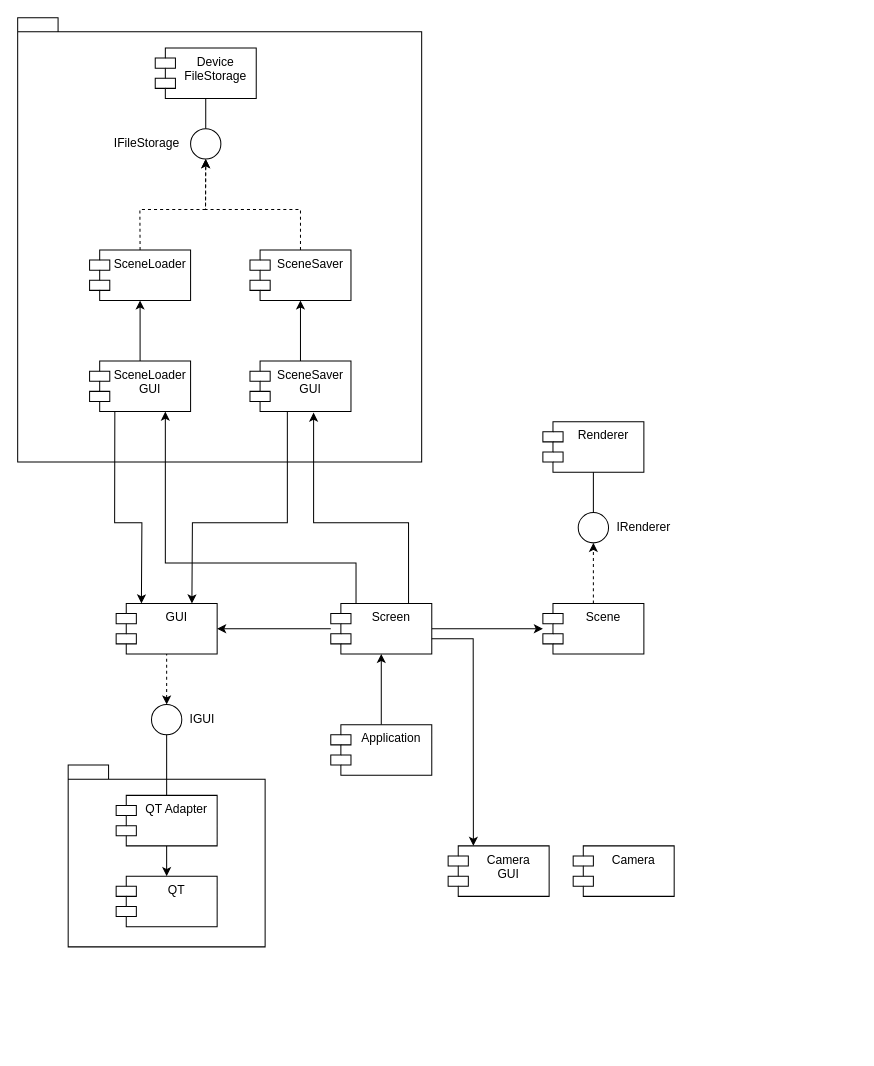
Earlier version of the draw.io diagram components/components.drawio (c0sx/3d-model-viewer-design). Source tidied: cells renumbered, new cells numbered last; positions are measured from the earlier drawing's top-left corner, leaving out a move shared by most shapes. Both pictures are drawn from the tidied source at 101%, with x=0, y=0 at pixel (17, 17).
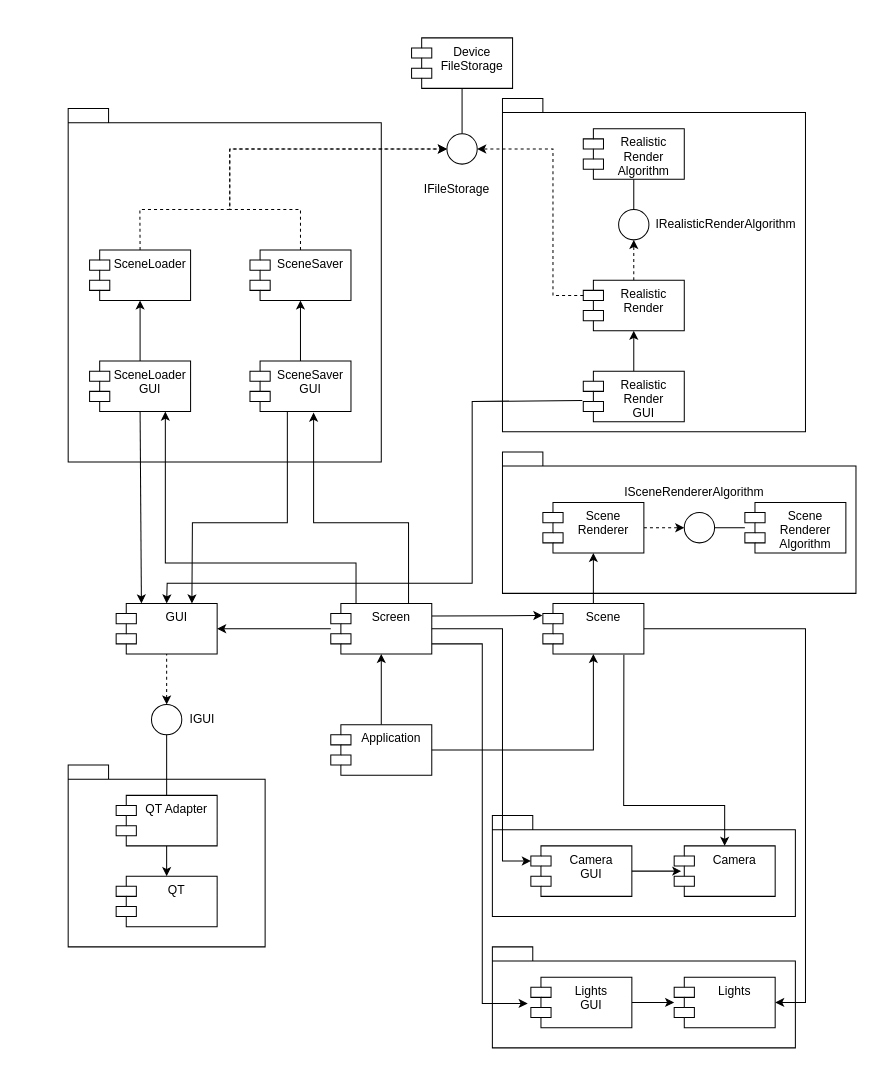
The same page after the edit.

Commit message (it also covers changes not shown here):
components diagram

The change refers to these unchanged cells:
```xml
<mxCell id="4" value="GUI" style="shape=module;align=left;spacingLeft=20;align=center;verticalAlign=top;" parent="1" vertex="1">
  <mxGeometry x="97.5" y="580" width="100" height="50" as="geometry" />
</mxCell>
<mxCell id="15" value="Screen" style="shape=module;align=left;spacingLeft=20;align=center;verticalAlign=top;" parent="1" vertex="1">
  <mxGeometry x="310" y="580" width="100" height="50" as="geometry" />
</mxCell>
<mxCell id="16" value="Scene" style="shape=module;align=left;spacingLeft=20;align=center;verticalAlign=top;" parent="1" vertex="1">
  <mxGeometry x="520" y="580" width="100" height="50" as="geometry" />
</mxCell>
<mxCell id="21" value="SceneLoader" style="shape=module;align=left;spacingLeft=20;align=center;verticalAlign=top;" parent="1" vertex="1">
  <mxGeometry x="71.2" y="230" width="100" height="50" as="geometry" />
</mxCell>
<mxCell id="24" value="SceneLoader&#10;GUI" style="shape=module;align=left;spacingLeft=20;align=center;verticalAlign=top;" parent="1" vertex="1">
  <mxGeometry x="71.2" y="340" width="100" height="50" as="geometry" />
</mxCell>
<mxCell id="26" value="Application&#10;" style="shape=module;align=left;spacingLeft=20;align=center;verticalAlign=top;" parent="1" vertex="1">
  <mxGeometry x="310" y="700" width="100" height="50" as="geometry" />
</mxCell>
<mxCell id="35" value="SceneSaver" style="shape=module;align=left;spacingLeft=20;align=center;verticalAlign=top;" parent="1" vertex="1">
  <mxGeometry x="230" y="230" width="100" height="50" as="geometry" />
</mxCell>
```

Change to the diagram source:
```diff
@@
+    <mxCell id="42" style="shape=folder;fontStyle=1;spacingTop=10;tabWidth=40;tabHeight=14;tabPosition=left;html=1;align=left;" parent="1" vertex="1">
+      <mxGeometry x="480" y="430" width="350" height="140" as="geometry" />
+    </mxCell>
+    <mxCell id="43" style="shape=folder;fontStyle=1;spacingTop=10;tabWidth=40;tabHeight=14;tabPosition=left;html=1;align=left;" parent="1" vertex="1">
+      <mxGeometry x="480" y="80" width="300" height="330" as="geometry" />
+    </mxCell>
+    <mxCell id="44" style="shape=folder;fontStyle=1;spacingTop=10;tabWidth=40;tabHeight=14;tabPosition=left;html=1;" parent="1" vertex="1">
+      <mxGeometry x="470" y="920" width="300" height="100" as="geometry" />
+    </mxCell>
+    <mxCell id="45" style="shape=folder;fontStyle=1;spacingTop=10;tabWidth=40;tabHeight=14;tabPosition=left;html=1;" parent="1" vertex="1">
+      <mxGeometry x="470" y="790" width="300" height="100" as="geometry" />
+    </mxCell>
     <mxCell id="2" style="shape=folder;fontStyle=1;spacingTop=10;tabWidth=40;tabHeight=14;tabPosition=left;html=1;" parent="1" vertex="1">
-      <mxGeometry width="400" height="440" as="geometry" />
+      <mxGeometry x="50" y="90" width="310" height="350" as="geometry" />
     </mxCell>
@@
+    <mxCell id="46" style="edgeStyle=orthogonalEdgeStyle;rounded=0;jettySize=auto;html=1;endArrow=classic;endFill=1;dashed=1;" parent="1" edge="1" source="12" target="68">
+      <mxGeometry relative="1" as="geometry" />
+    </mxCell>
-    <mxCell id="12" value="Renderer" style="shape=module;align=left;spacingLeft=20;align=center;verticalAlign=top;" parent="1" vertex="1">
-      <mxGeometry x="520" y="400" width="100" height="50" as="geometry" />
+    <mxCell id="12" value="Scene&#10;Renderer" style="shape=module;align=left;spacingLeft=20;align=center;verticalAlign=top;" parent="1" vertex="1">
+      <mxGeometry x="520" y="480" width="100" height="50" as="geometry" />
     </mxCell>
@@
-    <mxCell id="14" style="edgeStyle=none;rounded=0;jettySize=auto;html=1;startArrow=none;startFill=0;endArrow=classic;endFill=1;" parent="1" edge="1" source="15" target="16">
+    <mxCell id="14" style="edgeStyle=none;rounded=0;jettySize=auto;html=1;startArrow=none;startFill=0;endArrow=classic;endFill=1;exitX=1;exitY=0.25;exitDx=0;exitDy=0;entryX=-0.005;entryY=0.237;entryDx=0;entryDy=0;entryPerimeter=0;" parent="1" edge="1" source="15" target="16">
       <mxGeometry relative="1" as="geometry" />
     </mxCell>
@@
+    <mxCell id="47" style="edgeStyle=orthogonalEdgeStyle;rounded=0;jettySize=auto;html=1;" parent="1" edge="1" source="16" target="55">
+      <mxGeometry relative="1" as="geometry">
+        <Array as="points">
+          <mxPoint x="780" y="605" />
+          <mxPoint x="780" y="975" />
+        </Array>
+      </mxGeometry>
+    </mxCell>
+    <mxCell id="48" style="edgeStyle=orthogonalEdgeStyle;rounded=0;jettySize=auto;html=1;endArrow=classic;endFill=1;" parent="1" edge="1" source="16" target="12">
+      <mxGeometry relative="1" as="geometry" />
+    </mxCell>
@@
-    <mxCell id="17" style="edgeStyle=orthogonalEdgeStyle;rounded=0;jettySize=auto;html=1;startArrow=none;startFill=0;endArrow=none;endFill=0;" parent="1" edge="1" source="18" target="12">
-      <mxGeometry relative="1" as="geometry" />
-    </mxCell>
-    <mxCell id="18" style="ellipse;whiteSpace=wrap;html=1;" parent="1" vertex="1">
-      <mxGeometry x="555" y="490" width="30" height="30" as="geometry" />
-    </mxCell>
-    <mxCell id="19" value="IRenderer" style="text;html=1;strokeColor=none;fillColor=none;align=center;verticalAlign=middle;whiteSpace=wrap;rounded=0;" parent="1" vertex="1">
-      <mxGeometry x="600" y="495" width="40" height="20" as="geometry" />
+    <mxCell id="19" value="ISceneRendererAlgorithm" style="text;html=1;strokeColor=none;fillColor=none;align=center;verticalAlign=middle;whiteSpace=wrap;rounded=0;" parent="1" vertex="1">
+      <mxGeometry x="650" y="460" width="40" height="20" as="geometry" />
     </mxCell>
-    <mxCell id="20" style="endArrow=classic;html=1;entryX=0.5;entryY=1;entryDx=0;entryDy=0;exitX=0.5;exitY=0;exitDx=0;exitDy=0;dashed=1;" parent="1" edge="1" source="16" target="18">
-      <mxGeometry relative="1" as="geometry" />
-    </mxCell>
@@
-    <mxCell id="23" style="edgeStyle=none;rounded=0;jettySize=auto;html=1;endArrow=classic;endFill=1;dashed=1;entryX=0.5;entryY=1;entryDx=0;entryDy=0;exitX=0.5;exitY=0;exitDx=0;exitDy=0;" parent="1" edge="1" source="21" target="29">
+    <mxCell id="23" style="edgeStyle=none;rounded=0;jettySize=auto;html=1;endArrow=classic;endFill=1;dashed=1;entryX=0;entryY=0.5;entryDx=0;entryDy=0;exitX=0.5;exitY=0;exitDx=0;exitDy=0;" parent="1" edge="1" source="21" target="29">
       <mxGeometry relative="1" as="geometry">
         <Array as="points">
           <mxPoint x="121" y="190" />
-          <mxPoint x="186" y="190" />
+          <mxPoint x="210" y="190" />
+          <mxPoint x="210" y="130" />
         </Array>
       </mxGeometry>
     </mxCell>
@@
     <mxCell id="28" value="Device&#10;FileStorage" style="shape=module;align=left;spacingLeft=20;align=center;verticalAlign=top;" parent="1" vertex="1">
-      <mxGeometry x="136.2" y="30" width="100" height="50" as="geometry" />
+      <mxGeometry x="390" y="20" width="100" height="50" as="geometry" />
     </mxCell>
     <mxCell id="29" style="ellipse;whiteSpace=wrap;html=1;" parent="1" vertex="1">
-      <mxGeometry x="171.2" y="110" width="30" height="30" as="geometry" />
+      <mxGeometry x="425" y="115" width="30" height="30" as="geometry" />
     </mxCell>
     <mxCell id="30" value="IFileStorage" style="text;html=1;strokeColor=none;fillColor=none;align=center;verticalAlign=middle;whiteSpace=wrap;rounded=0;" parent="1" vertex="1">
-      <mxGeometry x="107.5" y="115" width="40" height="20" as="geometry" />
+      <mxGeometry x="415" y="160" width="40" height="20" as="geometry" />
     </mxCell>
@@
-    <mxCell id="32" style="rounded=0;jettySize=auto;html=1;exitX=0.25;exitY=1;exitDx=0;exitDy=0;entryX=0.25;entryY=0;entryDx=0;entryDy=0;" parent="1" edge="1" source="24" target="4">
-      <mxGeometry relative="1" as="geometry">
-        <Array as="points">
-          <mxPoint x="96" y="500" />
-          <mxPoint x="123" y="500" />
-        </Array>
-      </mxGeometry>
-    </mxCell>
@@
-    <mxCell id="38" style="edgeStyle=none;rounded=0;jettySize=auto;html=1;endArrow=classic;endFill=1;dashed=1;entryX=0.5;entryY=1;entryDx=0;entryDy=0;exitX=0.5;exitY=0;exitDx=0;exitDy=0;" parent="1" edge="1" source="35" target="29">
+    <mxCell id="38" style="edgeStyle=none;rounded=0;jettySize=auto;html=1;endArrow=classic;endFill=1;dashed=1;entryX=0;entryY=0.5;entryDx=0;entryDy=0;exitX=0.5;exitY=0;exitDx=0;exitDy=0;" parent="1" edge="1" source="35" target="29">
       <mxGeometry relative="1" as="geometry">
         <Array as="points">
           <mxPoint x="280" y="190" />
-          <mxPoint x="186" y="190" />
+          <mxPoint x="210" y="190" />
+          <mxPoint x="210" y="130" />
         </Array>
       </mxGeometry>
     </mxCell>
     <mxCell id="39" value="Camera" style="shape=module;align=left;spacingLeft=20;align=center;verticalAlign=top;" parent="1" vertex="1">
-      <mxGeometry x="550" y="820" width="100" height="50" as="geometry" />
+      <mxGeometry x="650" y="820" width="100" height="50" as="geometry" />
     </mxCell>
     <mxCell id="40" value="Camera&#10;GUI" style="shape=module;align=left;spacingLeft=20;align=center;verticalAlign=top;" parent="1" vertex="1">
-      <mxGeometry x="426.2" y="820" width="100" height="50" as="geometry" />
+      <mxGeometry x="508.1" y="820" width="100" height="50" as="geometry" />
     </mxCell>
-    <mxCell id="41" style="edgeStyle=none;rounded=0;jettySize=auto;html=1;startArrow=none;startFill=0;endArrow=classic;endFill=1;exitX=1;exitY=0.7;exitDx=0;exitDy=0;exitPerimeter=0;entryX=0.25;entryY=0;entryDx=0;entryDy=0;" parent="1" edge="1" source="15" target="40">
+    <mxCell id="41" style="edgeStyle=none;rounded=0;jettySize=auto;html=1;startArrow=none;startFill=0;endArrow=classic;endFill=1;exitX=1;exitY=0.5;exitDx=0;exitDy=0;entryX=0;entryY=0;entryDx=0;entryDy=15;entryPerimeter=0;" parent="1" edge="1" source="15" target="40">
       <mxGeometry relative="1" as="geometry">
         <Array as="points">
-          <mxPoint x="451" y="615" />
+          <mxPoint x="480" y="605" />
+          <mxPoint x="480" y="835" />
         </Array>
       </mxGeometry>
     </mxCell>
+    <mxCell id="49" style="endArrow=classic;html=1;exitX=1;exitY=0.5;exitDx=0;exitDy=0;entryX=0.5;entryY=1;entryDx=0;entryDy=0;rounded=0;" parent="1" edge="1" source="26" target="16">
+      <mxGeometry relative="1" as="geometry">
+        <Array as="points">
+          <mxPoint x="570" y="725" />
+        </Array>
+      </mxGeometry>
+    </mxCell>
+    <mxCell id="32" style="endArrow=classic;html=1;exitX=0.5;exitY=1;exitDx=0;exitDy=0;entryX=0.25;entryY=0;entryDx=0;entryDy=0;" parent="1" edge="1" source="24" target="4">
+      <mxGeometry relative="1" as="geometry" />
+    </mxCell>
+    <mxCell id="50" style="endArrow=classic;html=1;entryX=0.5;entryY=0;entryDx=0;entryDy=0;exitX=0.802;exitY=1.013;exitDx=0;exitDy=0;exitPerimeter=0;rounded=0;" parent="1" edge="1" source="16" target="39">
+      <mxGeometry relative="1" as="geometry">
+        <Array as="points">
+          <mxPoint x="600" y="780" />
+          <mxPoint x="700" y="780" />
+        </Array>
+      </mxGeometry>
+    </mxCell>
+    <mxCell id="51" style="endArrow=classic;html=1;exitX=1;exitY=0.5;exitDx=0;exitDy=0;entryX=0.07;entryY=0.5;entryDx=0;entryDy=0;entryPerimeter=0;" parent="1" edge="1" source="40" target="39">
+      <mxGeometry relative="1" as="geometry" />
+    </mxCell>
+    <mxCell id="52" style="edgeStyle=orthogonalEdgeStyle;rounded=0;jettySize=auto;html=1;" parent="1" edge="1" source="53" target="55">
+      <mxGeometry relative="1" as="geometry" />
+    </mxCell>
+    <mxCell id="53" value="Lights&#10;GUI" style="shape=module;align=left;spacingLeft=20;align=center;verticalAlign=top;" parent="1" vertex="1">
+      <mxGeometry x="508.1" y="950" width="100" height="50" as="geometry" />
+    </mxCell>
+    <mxCell id="54" style="endArrow=classic;html=1;entryX=-0.031;entryY=0.52;entryDx=0;entryDy=0;entryPerimeter=0;rounded=0;" parent="1" edge="1" target="53">
+      <mxGeometry relative="1" as="geometry">
+        <mxPoint x="410" y="620" as="sourcePoint" />
+        <Array as="points">
+          <mxPoint x="460" y="620" />
+          <mxPoint x="460" y="976" />
+        </Array>
+      </mxGeometry>
+    </mxCell>
+    <mxCell id="55" value="Lights" style="shape=module;align=left;spacingLeft=20;align=center;verticalAlign=top;" parent="1" vertex="1">
+      <mxGeometry x="650" y="950" width="100" height="50" as="geometry" />
+    </mxCell>
+    <mxCell id="56" style="edgeStyle=orthogonalEdgeStyle;rounded=0;jettySize=auto;html=1;endArrow=classic;endFill=1;" parent="1" edge="1" source="57" target="60">
+      <mxGeometry relative="1" as="geometry" />
+    </mxCell>
+    <mxCell id="57" value="Realistic&#10;Render&#10;GUI" style="shape=module;align=left;spacingLeft=20;align=center;verticalAlign=top;" parent="1" vertex="1">
+      <mxGeometry x="560" y="350" width="100" height="50" as="geometry" />
+    </mxCell>
+    <mxCell id="58" style="endArrow=classic;html=1;exitX=-0.01;exitY=0.58;exitDx=0;exitDy=0;entryX=0.5;entryY=0;entryDx=0;entryDy=0;rounded=0;exitPerimeter=0;" parent="1" edge="1" source="57" target="4">
+      <mxGeometry relative="1" as="geometry">
+        <Array as="points">
+          <mxPoint x="450" y="380" />
+          <mxPoint x="450" y="560" />
+          <mxPoint x="148" y="560" />
+        </Array>
+      </mxGeometry>
+    </mxCell>
+    <mxCell id="59" style="edgeStyle=orthogonalEdgeStyle;rounded=0;jettySize=auto;html=1;endArrow=classic;endFill=1;dashed=1;" parent="1" edge="1" source="60" target="61">
+      <mxGeometry relative="1" as="geometry" />
+    </mxCell>
+    <mxCell id="60" value="Realistic&#10;Render&#10;" style="shape=module;align=left;spacingLeft=20;align=center;verticalAlign=top;" parent="1" vertex="1">
+      <mxGeometry x="560" y="260" width="100" height="50" as="geometry" />
+    </mxCell>
+    <mxCell id="61" style="ellipse;whiteSpace=wrap;html=1;" parent="1" vertex="1">
+      <mxGeometry x="595" y="190" width="30" height="30" as="geometry" />
+    </mxCell>
+    <mxCell id="62" value="IRealisticRenderAlgorithm" style="text;html=1;strokeColor=none;fillColor=none;align=left;verticalAlign=middle;whiteSpace=wrap;rounded=0;" parent="1" vertex="1">
+      <mxGeometry x="630" y="195" width="40" height="20" as="geometry" />
+    </mxCell>
+    <mxCell id="63" style="endArrow=classic;html=1;dashed=1;exitX=0;exitY=0;exitDx=0;exitDy=15;exitPerimeter=0;entryX=1;entryY=0.5;entryDx=0;entryDy=0;rounded=0;" parent="1" edge="1" source="60" target="29">
+      <mxGeometry relative="1" as="geometry">
+        <Array as="points">
+          <mxPoint x="530" y="275" />
+          <mxPoint x="530" y="130" />
+        </Array>
+      </mxGeometry>
+    </mxCell>
+    <mxCell id="64" style="edgeStyle=orthogonalEdgeStyle;rounded=0;jettySize=auto;html=1;endArrow=none;endFill=0;entryX=0.5;entryY=0;entryDx=0;entryDy=0;" parent="1" edge="1" source="65" target="61">
+      <mxGeometry relative="1" as="geometry" />
+    </mxCell>
+    <mxCell id="65" value="Realistic&#10;Render&#10;Algorithm" style="shape=module;align=left;spacingLeft=20;align=center;verticalAlign=top;" parent="1" vertex="1">
+      <mxGeometry x="560" y="110" width="100" height="50" as="geometry" />
+    </mxCell>
+    <mxCell id="66" style="edgeStyle=orthogonalEdgeStyle;rounded=0;jettySize=auto;html=1;endArrow=none;endFill=0;" parent="1" edge="1" source="67" target="68">
+      <mxGeometry relative="1" as="geometry" />
+    </mxCell>
+    <mxCell id="67" value="Scene&#10;Renderer&#10;Algorithm" style="shape=module;align=left;spacingLeft=20;align=center;verticalAlign=top;" parent="1" vertex="1">
+      <mxGeometry x="720" y="480" width="100" height="50" as="geometry" />
+    </mxCell>
+    <mxCell id="68" style="ellipse;whiteSpace=wrap;html=1;" parent="1" vertex="1">
+      <mxGeometry x="660" y="490" width="30" height="30" as="geometry" />
+    </mxCell>
```
